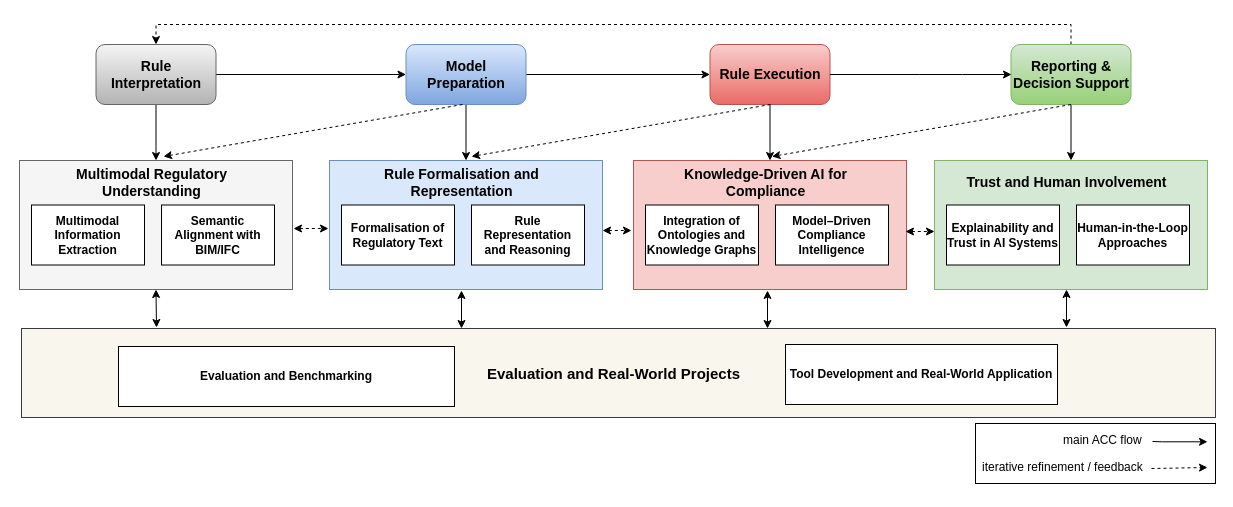
Earlier version of the draw.io diagram PreThemes.drawio (ysenousy/ACC-N-ACE). Source tidied: cells renumbered, new cells numbered last; positions are measured from the earlier drawing's top-left corner, leaving out a move shared by most shapes. Both pictures are drawn from the tidied source at 100%, with x=0, y=0 at pixel (19, 44).
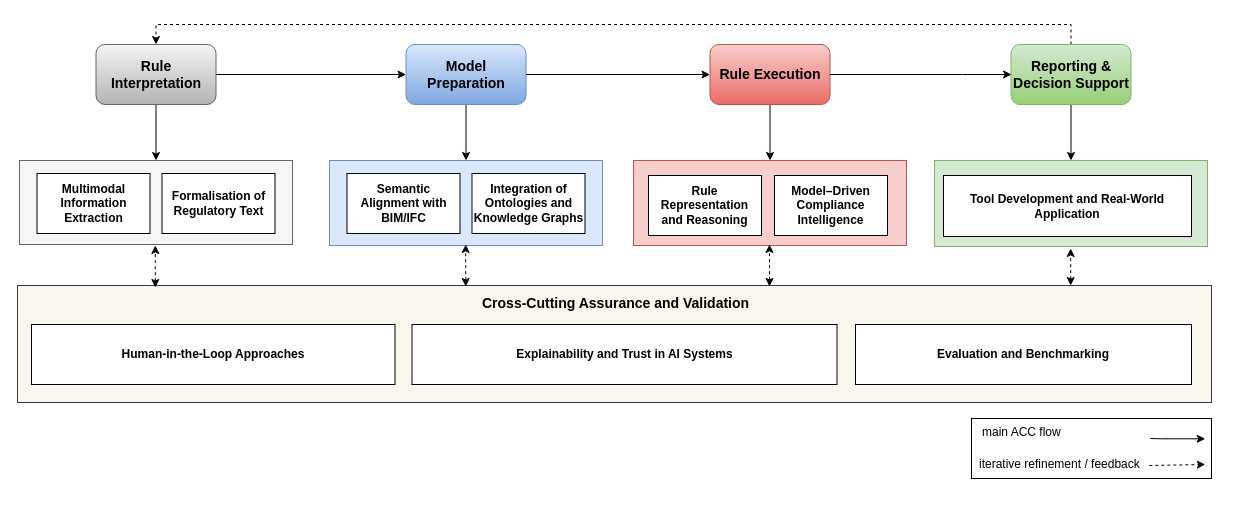
The same page after the edit.

What changed in the source:
```diff
@@
     <mxCell id="13" style="rounded=0;whiteSpace=wrap;html=1;fillColor=#f5f5f5;fontColor=#333333;strokeColor=#666666;" parent="1" vertex="1">
-      <mxGeometry y="116" width="273" height="129" as="geometry" />
+      <mxGeometry y="116" width="273" height="84" as="geometry" />
     </mxCell>
     <mxCell id="14" value="&lt;b&gt;Multimodal Information Extraction&lt;/b&gt;" style="rounded=0;whiteSpace=wrap;html=1;" parent="1" vertex="1">
-      <mxGeometry x="12" y="160.5" width="113" height="60" as="geometry" />
+      <mxGeometry x="17.5" y="129" width="113" height="60" as="geometry" />
     </mxCell>
-    <mxCell id="15" value="&lt;b&gt;Semantic Alignment with BIM/IFC&lt;/b&gt;" style="rounded=0;whiteSpace=wrap;html=1;" parent="1" vertex="1">
-      <mxGeometry x="142" y="160.5" width="113" height="60" as="geometry" />
-    </mxCell>
-    <mxCell id="16" value="&lt;b&gt;&lt;font style=&quot;font-size: 14px;&quot;&gt;Multimodal Regulatory Understanding&lt;/font&gt;&lt;/b&gt;" style="text;html=1;whiteSpace=wrap;strokeColor=none;fillColor=none;align=center;verticalAlign=middle;rounded=0;" parent="1" vertex="1">
-      <mxGeometry x="23" y="123" width="219" height="30" as="geometry" />
-    </mxCell>
     <mxCell id="17" style="rounded=0;whiteSpace=wrap;html=1;fillColor=#dae8fc;strokeColor=#6c8ebf;" parent="1" vertex="1">
-      <mxGeometry x="310" y="116" width="273" height="129" as="geometry" />
+      <mxGeometry x="310" y="116" width="273" height="85" as="geometry" />
     </mxCell>
     <mxCell id="18" value="&lt;b&gt;Formalisation of Regulatory Text&lt;/b&gt;" style="rounded=0;whiteSpace=wrap;html=1;" parent="1" vertex="1">
-      <mxGeometry x="322" y="160.5" width="113" height="60" as="geometry" />
+      <mxGeometry x="142.5" y="129" width="113" height="60" as="geometry" />
     </mxCell>
-    <mxCell id="19" value="&lt;b&gt;Rule Representation and Reasoning&lt;/b&gt;" style="rounded=0;whiteSpace=wrap;html=1;" parent="1" vertex="1">
-      <mxGeometry x="452" y="160.5" width="113" height="60" as="geometry" />
-    </mxCell>
-    <mxCell id="20" value="&lt;b&gt;&lt;font style=&quot;font-size: 14px;&quot;&gt;Rule Formalisation and Representation&lt;/font&gt;&lt;/b&gt;" style="text;html=1;whiteSpace=wrap;strokeColor=none;fillColor=none;align=center;verticalAlign=middle;rounded=0;" parent="1" vertex="1">
-      <mxGeometry x="333" y="123" width="219" height="30" as="geometry" />
-    </mxCell>
     <mxCell id="21" style="rounded=0;whiteSpace=wrap;html=1;fillColor=#d5e8d4;strokeColor=#82b366;" parent="1" vertex="1">
-      <mxGeometry x="915" y="116" width="273" height="129" as="geometry" />
+      <mxGeometry x="915" y="116" width="273" height="86" as="geometry" />
     </mxCell>
-    <mxCell id="22" value="&lt;b&gt;Explainability and Trust in AI Systems&lt;/b&gt;" style="rounded=0;whiteSpace=wrap;html=1;" parent="1" vertex="1">
-      <mxGeometry x="927" y="160.5" width="113" height="60" as="geometry" />
-    </mxCell>
-    <mxCell id="23" value="&lt;b&gt;Human-in-the-Loop Approaches&lt;/b&gt;" style="rounded=0;whiteSpace=wrap;html=1;" parent="1" vertex="1">
-      <mxGeometry x="1057" y="160.5" width="113" height="60" as="geometry" />
-    </mxCell>
-    <mxCell id="24" value="&lt;b&gt;&lt;font style=&quot;font-size: 14px;&quot;&gt;Trust and Human Involvement&lt;/font&gt;&lt;/b&gt;" style="text;html=1;whiteSpace=wrap;strokeColor=none;fillColor=none;align=center;verticalAlign=middle;rounded=0;" parent="1" vertex="1">
-      <mxGeometry x="938" y="123" width="219" height="30" as="geometry" />
-    </mxCell>
     <mxCell id="25" style="rounded=0;whiteSpace=wrap;html=1;fillColor=#f8cecc;strokeColor=#b85450;" parent="1" vertex="1">
-      <mxGeometry x="614" y="116" width="273" height="129" as="geometry" />
+      <mxGeometry x="614" y="116" width="273" height="85" as="geometry" />
     </mxCell>
     <mxCell id="26" value="&lt;b&gt;Integration of Ontologies and Knowledge Graphs&lt;/b&gt;" style="rounded=0;whiteSpace=wrap;html=1;" parent="1" vertex="1">
-      <mxGeometry x="626" y="160.5" width="113" height="60" as="geometry" />
+      <mxGeometry x="452.5" y="129" width="113" height="60" as="geometry" />
     </mxCell>
     <mxCell id="27" value="&lt;b&gt;Model–Driven Compliance Intelligence&lt;/b&gt;" style="rounded=0;whiteSpace=wrap;html=1;" parent="1" vertex="1">
-      <mxGeometry x="756" y="160.5" width="113" height="60" as="geometry" />
+      <mxGeometry x="755" y="131" width="113" height="60" as="geometry" />
     </mxCell>
-    <mxCell id="28" value="&lt;font style=&quot;font-size: 14px;&quot;&gt;&lt;b&gt;Knowledge-Driven AI for Compliance&lt;/b&gt;&lt;/font&gt;" style="text;html=1;whiteSpace=wrap;strokeColor=none;fillColor=none;align=center;verticalAlign=middle;rounded=0;" parent="1" vertex="1">
-      <mxGeometry x="637" y="123" width="219" height="30" as="geometry" />
-    </mxCell>
     <mxCell id="29" style="rounded=0;whiteSpace=wrap;html=1;fillColor=#f9f7ed;strokeColor=#36393d;" parent="1" vertex="1">
-      <mxGeometry x="2" y="284" width="1194" height="89" as="geometry" />
+      <mxGeometry x="-2" y="241" width="1194" height="117" as="geometry" />
     </mxCell>
     <mxCell id="30" value="&lt;b&gt;Evaluation and Benchmarking&lt;/b&gt;" style="rounded=0;whiteSpace=wrap;html=1;" parent="1" vertex="1">
-      <mxGeometry x="99" y="302" width="336" height="60" as="geometry" />
+      <mxGeometry x="836" y="280" width="336" height="60" as="geometry" />
     </mxCell>
     <mxCell id="31" value="&lt;b&gt;Tool Development and Real-World Application&lt;/b&gt;" style="rounded=0;whiteSpace=wrap;html=1;" parent="1" vertex="1">
-      <mxGeometry x="766" y="300" width="272" height="60" as="geometry" />
+      <mxGeometry x="924" y="131" width="248" height="61" as="geometry" />
     </mxCell>
-    <mxCell id="32" value="&lt;font style=&quot;font-size: 15px;&quot;&gt;&lt;b&gt;Evaluation and Real-World Projects&lt;/b&gt;&lt;/font&gt;" style="text;html=1;whiteSpace=wrap;strokeColor=none;fillColor=none;align=center;verticalAlign=middle;rounded=0;" parent="1" vertex="1">
-      <mxGeometry x="460" y="313.5" width="269" height="30" as="geometry" />
-    </mxCell>
@@
-    <mxCell id="34" style="endArrow=classic;startArrow=classic;html=1;rounded=0;entryX=0.5;entryY=1;entryDx=0;entryDy=0;" parent="1" edge="1" target="13">
+    <mxCell id="34" style="endArrow=classic;startArrow=classic;html=1;rounded=0;entryX=0.5;entryY=1;entryDx=0;entryDy=0;dashed=1;exitX=0.116;exitY=0.011;exitDx=0;exitDy=0;exitPerimeter=0;" parent="1" edge="1">
       <mxGeometry relative="1" as="geometry">
-        <mxPoint x="137" y="283" as="sourcePoint" />
+        <mxPoint x="135.8" y="243" as="sourcePoint" />
+        <mxPoint x="135.8" y="201" as="targetPoint" />
       </mxGeometry>
     </mxCell>
-    <mxCell id="35" style="endArrow=classic;startArrow=classic;html=1;rounded=0;entryX=0.5;entryY=1;entryDx=0;entryDy=0;" parent="1" edge="1">
-      <mxGeometry relative="1" as="geometry">
-        <mxPoint x="442" y="284" as="sourcePoint" />
-        <mxPoint x="442" y="246" as="targetPoint" />
-      </mxGeometry>
-    </mxCell>
-    <mxCell id="36" style="endArrow=classic;startArrow=classic;html=1;rounded=0;entryX=0.5;entryY=1;entryDx=0;entryDy=0;" parent="1" edge="1">
-      <mxGeometry relative="1" as="geometry">
-        <mxPoint x="748" y="284" as="sourcePoint" />
-        <mxPoint x="748" y="246" as="targetPoint" />
-      </mxGeometry>
-    </mxCell>
-    <mxCell id="37" style="endArrow=classic;startArrow=classic;html=1;rounded=0;entryX=0.5;entryY=1;entryDx=0;entryDy=0;" parent="1" edge="1">
-      <mxGeometry relative="1" as="geometry">
-        <mxPoint x="1047" y="283" as="sourcePoint" />
-        <mxPoint x="1047" y="245" as="targetPoint" />
-      </mxGeometry>
-    </mxCell>
-    <mxCell id="38" style="endArrow=classic;startArrow=classic;html=1;rounded=0;dashed=1;" parent="1" edge="1">
-      <mxGeometry relative="1" as="geometry">
-        <mxPoint x="274" y="184" as="sourcePoint" />
-        <mxPoint x="309" y="184" as="targetPoint" />
-      </mxGeometry>
-    </mxCell>
-    <mxCell id="39" style="endArrow=classic;startArrow=classic;html=1;rounded=0;dashed=1;" parent="1" edge="1">
-      <mxGeometry relative="1" as="geometry">
-        <mxPoint x="583" y="186" as="sourcePoint" />
-        <mxPoint x="612" y="186" as="targetPoint" />
-      </mxGeometry>
-    </mxCell>
-    <mxCell id="40" style="endArrow=classic;startArrow=classic;html=1;rounded=0;dashed=1;" parent="1" edge="1">
-      <mxGeometry relative="1" as="geometry">
-        <mxPoint x="886" y="187" as="sourcePoint" />
-        <mxPoint x="915" y="187" as="targetPoint" />
-      </mxGeometry>
-    </mxCell>
-    <mxCell id="41" style="endArrow=classic;html=1;rounded=0;dashed=1;" parent="1" edge="1">
-      <mxGeometry relative="1" as="geometry">
-        <mxPoint x="443" y="60" as="sourcePoint" />
-        <mxPoint x="144" y="112" as="targetPoint" />
-      </mxGeometry>
-    </mxCell>
-    <mxCell id="42" style="endArrow=classic;html=1;rounded=0;dashed=1;" parent="1" edge="1">
-      <mxGeometry relative="1" as="geometry">
-        <mxPoint x="751" y="60" as="sourcePoint" />
-        <mxPoint x="452" y="112" as="targetPoint" />
-      </mxGeometry>
-    </mxCell>
-    <mxCell id="43" style="endArrow=classic;html=1;rounded=0;dashed=1;" parent="1" edge="1">
-      <mxGeometry relative="1" as="geometry">
-        <mxPoint x="1051.5" y="60" as="sourcePoint" />
-        <mxPoint x="752.5" y="112" as="targetPoint" />
-      </mxGeometry>
-    </mxCell>
     <mxCell id="44" style="rounded=0;whiteSpace=wrap;html=1;" parent="1" vertex="1">
-      <mxGeometry x="956" y="379" width="240" height="60" as="geometry" />
+      <mxGeometry x="952" y="374" width="240" height="60" as="geometry" />
     </mxCell>
     <mxCell id="45" style="endArrow=classic;html=1;rounded=0;" parent="1" edge="1">
       <mxGeometry relative="1" as="geometry">
-        <mxPoint x="1133" y="397" as="sourcePoint" />
-        <mxPoint x="1188" y="397.3" as="targetPoint" />
+        <mxPoint x="1130.8" y="394" as="sourcePoint" />
+        <mxPoint x="1185.8" y="394.3" as="targetPoint" />
         <Array as="points">
-          <mxPoint x="1143" y="397.3" />
+          <mxPoint x="1140.8" y="394.3" />
         </Array>
       </mxGeometry>
     </mxCell>
     <mxCell id="46" style="endArrow=classic;html=1;rounded=0;dashed=1;" parent="1" edge="1">
       <mxGeometry relative="1" as="geometry">
-        <mxPoint x="1132" y="424" as="sourcePoint" />
-        <mxPoint x="1188" y="423" as="targetPoint" />
+        <mxPoint x="1129.8" y="421" as="sourcePoint" />
+        <mxPoint x="1185.8" y="420" as="targetPoint" />
       </mxGeometry>
     </mxCell>
     <mxCell id="47" value="main ACC flow" style="text;whiteSpace=wrap;html=1;" parent="1" vertex="1">
-      <mxGeometry x="1042" y="382" width="107" height="36" as="geometry" />
+      <mxGeometry x="960.5" y="374" width="107" height="36" as="geometry" />
     </mxCell>
     <mxCell id="48" value="iterative refinement / feedback" style="text;whiteSpace=wrap;html=1;" parent="1" vertex="1">
-      <mxGeometry x="960.5" y="409" width="165.4" height="36" as="geometry" />
+      <mxGeometry x="958.2" y="406" width="165.4" height="36" as="geometry" />
     </mxCell>
+    <mxCell id="15" value="&lt;b&gt;Semantic Alignment with BIM/IFC&lt;/b&gt;" style="rounded=0;whiteSpace=wrap;html=1;" parent="1" vertex="1">
+      <mxGeometry x="327.5" y="129" width="113" height="60" as="geometry" />
+    </mxCell>
+    <mxCell id="19" value="&lt;b&gt;Rule Representation and Reasoning&lt;/b&gt;" style="rounded=0;whiteSpace=wrap;html=1;" parent="1" vertex="1">
+      <mxGeometry x="629" y="131" width="113" height="60" as="geometry" />
+    </mxCell>
+    <mxCell id="23" value="&lt;b&gt;Human-in-the-Loop Approaches&lt;/b&gt;" style="rounded=0;whiteSpace=wrap;html=1;" parent="1" vertex="1">
+      <mxGeometry x="12" y="280" width="363.5" height="60" as="geometry" />
+    </mxCell>
+    <mxCell id="22" value="&lt;b&gt;Explainability and Trust in AI Systems&lt;/b&gt;" style="rounded=0;whiteSpace=wrap;html=1;" parent="1" vertex="1">
+      <mxGeometry x="392.5" y="280" width="425" height="60" as="geometry" />
+    </mxCell>
+    <mxCell id="49" style="endArrow=classic;startArrow=classic;html=1;rounded=0;dashed=1;exitX=0.116;exitY=0.011;exitDx=0;exitDy=0;exitPerimeter=0;" parent="1" edge="1">
+      <mxGeometry relative="1" as="geometry">
+        <mxPoint x="1051.2" y="241" as="sourcePoint" />
+        <mxPoint x="1051.2" y="204" as="targetPoint" />
+      </mxGeometry>
+    </mxCell>
+    <mxCell id="50" value="&lt;b&gt;&lt;font style=&quot;font-size: 14px;&quot;&gt;Cross-Cutting Assurance and Validation&lt;/font&gt;&lt;/b&gt;" style="text;whiteSpace=wrap;html=1;" parent="1" vertex="1">
+      <mxGeometry x="461" y="244" width="342" height="36" as="geometry" />
+    </mxCell>
+    <mxCell id="51" style="endArrow=classic;startArrow=classic;html=1;rounded=0;entryX=0.5;entryY=1;entryDx=0;entryDy=0;dashed=1;exitX=0.116;exitY=0.011;exitDx=0;exitDy=0;exitPerimeter=0;" parent="1" edge="1">
+      <mxGeometry relative="1" as="geometry">
+        <mxPoint x="446.2" y="242" as="sourcePoint" />
+        <mxPoint x="446.2" y="200" as="targetPoint" />
+      </mxGeometry>
+    </mxCell>
+    <mxCell id="52" style="endArrow=classic;startArrow=classic;html=1;rounded=0;entryX=0.5;entryY=1;entryDx=0;entryDy=0;dashed=1;exitX=0.116;exitY=0.011;exitDx=0;exitDy=0;exitPerimeter=0;" parent="1" edge="1">
+      <mxGeometry relative="1" as="geometry">
+        <mxPoint x="750" y="242" as="sourcePoint" />
+        <mxPoint x="750" y="200" as="targetPoint" />
+      </mxGeometry>
+    </mxCell>
```
